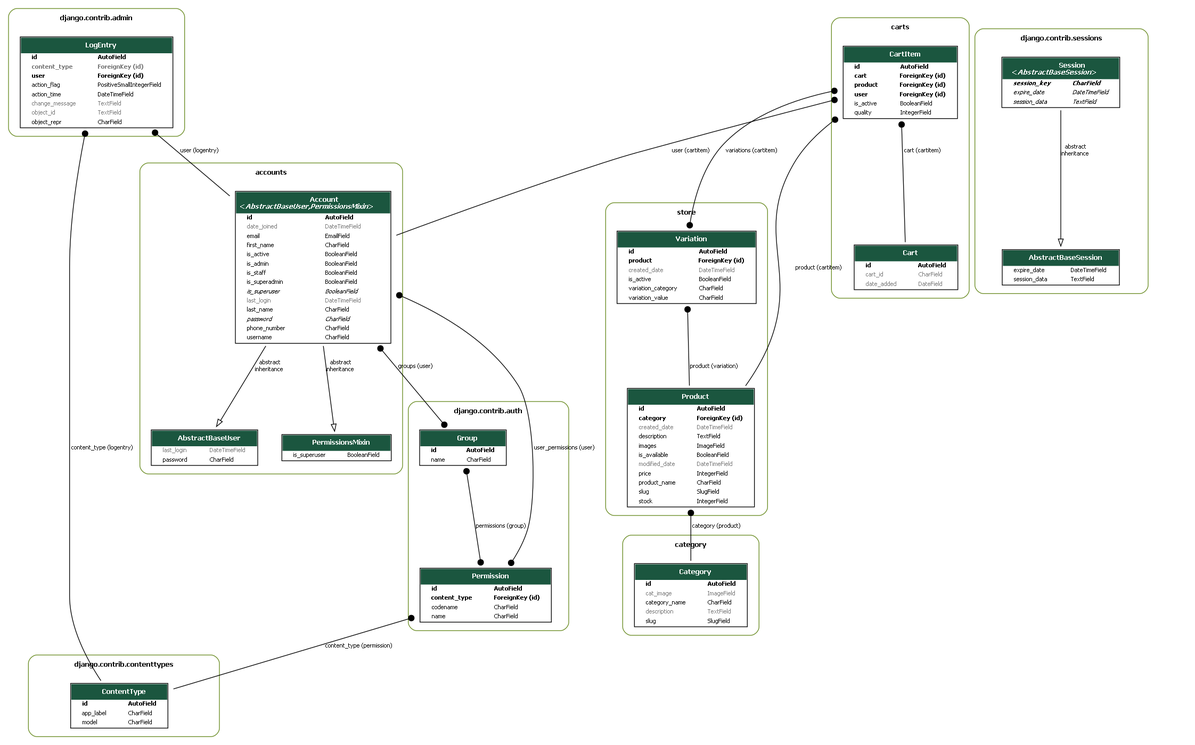
Earlier version of the Graphviz export GreatKart/erd.png (user19522442/doan). Its source is kept beside it as GreatKart/erd.dot.
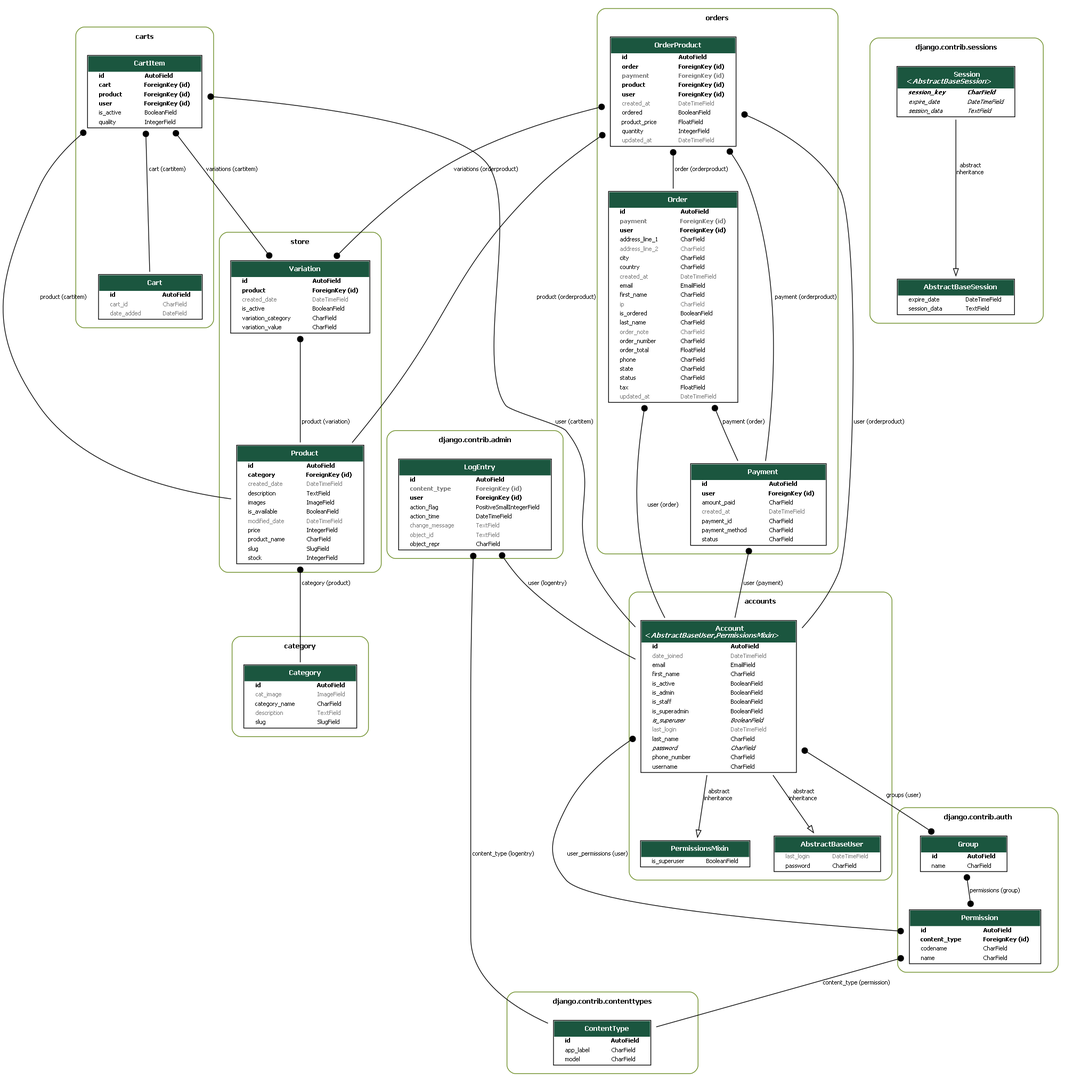
After the change.

What changed in the source:
```diff
@@ -385,6 +385,32 @@
     color=olivedrab4
     style="rounded"
 
+    django_contrib_auth_base_user_AbstractBaseUser [label=<
+      <TABLE BGCOLOR="white" BORDER="1" CELLBORDER="0" CELLSPACING="0">
+      <TR><TD COLSPAN="2" CELLPADDING="5" ALIGN="CENTER" BGCOLOR="#1b563f">
+      <FONT FACE="Roboto" COLOR="white" POINT-SIZE="10"><B>
+      AbstractBaseUser
+      </B></FONT></TD></TR>
+
+
+      <TR><TD ALIGN="LEFT" BORDER="0">
+      <FONT COLOR="#7B7B7B" FACE="Roboto">last_login</FONT>
+      </TD><TD ALIGN="LEFT">
+      <FONT COLOR="#7B7B7B" FACE="Roboto">DateTimeField</FONT>
+      </TD></TR>
+
+
+
+      <TR><TD ALIGN="LEFT" BORDER="0">
+      <FONT FACE="Roboto">password</FONT>
+      </TD><TD ALIGN="LEFT">
+      <FONT FACE="Roboto">CharField</FONT>
+      </TD></TR>
+
+
+      </TABLE>
+      >]
+
     django_contrib_auth_models_PermissionsMixin [label=<
       <TABLE BGCOLOR="white" BORDER="1" CELLBORDER="0" CELLSPACING="0">
       <TR><TD COLSPAN="2" CELLPADDING="5" ALIGN="CENTER" BGCOLOR="#1b563f">
@@ -397,32 +423,6 @@
       <FONT FACE="Roboto">is_superuser</FONT>
       </TD><TD ALIGN="LEFT">
       <FONT FACE="Roboto">BooleanField</FONT>
-      </TD></TR>
-
-
-      </TABLE>
-      >]
-
-    django_contrib_auth_base_user_AbstractBaseUser [label=<
-      <TABLE BGCOLOR="white" BORDER="1" CELLBORDER="0" CELLSPACING="0">
-      <TR><TD COLSPAN="2" CELLPADDING="5" ALIGN="CENTER" BGCOLOR="#1b563f">
-      <FONT FACE="Roboto" COLOR="white" POINT-SIZE="10"><B>
-      AbstractBaseUser
-      </B></FONT></TD></TR>
-
-
-      <TR><TD ALIGN="LEFT" BORDER="0">
-      <FONT COLOR="#7B7B7B" FACE="Roboto">last_login</FONT>
-      </TD><TD ALIGN="LEFT">
-      <FONT COLOR="#7B7B7B" FACE="Roboto">DateTimeField</FONT>
-      </TD></TR>
-
-
-
-      <TR><TD ALIGN="LEFT" BORDER="0">
-      <FONT FACE="Roboto">password</FONT>
-      </TD><TD ALIGN="LEFT">
-      <FONT FACE="Roboto">CharField</FONT>
       </TD></TR>
 
 
@@ -828,6 +828,354 @@
       >]
 
   }
+  subgraph cluster_orders {
+    label=<
+          <TABLE BORDER="0" CELLBORDER="0" CELLSPACING="0">
+          <TR><TD COLSPAN="2" CELLPADDING="4" ALIGN="CENTER">
+          <FONT FACE="Roboto" COLOR="Black" POINT-SIZE="10">
+          <B>orders</B>
+          </FONT>
+          </TD></TR>
+          </TABLE>
+          >
+    color=olivedrab4
+    style="rounded"
+
+    orders_models_Payment [label=<
+      <TABLE BGCOLOR="white" BORDER="1" CELLBORDER="0" CELLSPACING="0">
+      <TR><TD COLSPAN="2" CELLPADDING="5" ALIGN="CENTER" BGCOLOR="#1b563f">
+      <FONT FACE="Roboto" COLOR="white" POINT-SIZE="10"><B>
+      Payment
+      </B></FONT></TD></TR>
+
+
+      <TR><TD ALIGN="LEFT" BORDER="0">
+      <FONT FACE="Roboto"><B>id</B></FONT>
+      </TD><TD ALIGN="LEFT">
+      <FONT FACE="Roboto"><B>AutoField</B></FONT>
+      </TD></TR>
+
+
+
+      <TR><TD ALIGN="LEFT" BORDER="0">
+      <FONT FACE="Roboto"><B>user</B></FONT>
+      </TD><TD ALIGN="LEFT">
+      <FONT FACE="Roboto"><B>ForeignKey (id)</B></FONT>
+      </TD></TR>
+
+
+
+      <TR><TD ALIGN="LEFT" BORDER="0">
+      <FONT FACE="Roboto">amount_paid</FONT>
+      </TD><TD ALIGN="LEFT">
+      <FONT FACE="Roboto">CharField</FONT>
+      </TD></TR>
+
+
+
+      <TR><TD ALIGN="LEFT" BORDER="0">
+      <FONT COLOR="#7B7B7B" FACE="Roboto">created_at</FONT>
+      </TD><TD ALIGN="LEFT">
+      <FONT COLOR="#7B7B7B" FACE="Roboto">DateTimeField</FONT>
+      </TD></TR>
+
+
+
+      <TR><TD ALIGN="LEFT" BORDER="0">
+      <FONT FACE="Roboto">payment_id</FONT>
+      </TD><TD ALIGN="LEFT">
+      <FONT FACE="Roboto">CharField</FONT>
+      </TD></TR>
+
+
+
+      <TR><TD ALIGN="LEFT" BORDER="0">
+      <FONT FACE="Roboto">payment_method</FONT>
+      </TD><TD ALIGN="LEFT">
+      <FONT FACE="Roboto">CharField</FONT>
+      </TD></TR>
+
+
+
+      <TR><TD ALIGN="LEFT" BORDER="0">
+      <FONT FACE="Roboto">status</FONT>
+      </TD><TD ALIGN="LEFT">
+      <FONT FACE="Roboto">CharField</FONT>
+      </TD></TR>
+
+
+      </TABLE>
+      >]
+
+    orders_models_Order [label=<
+      <TABLE BGCOLOR="white" BORDER="1" CELLBORDER="0" CELLSPACING="0">
+      <TR><TD COLSPAN="2" CELLPADDING="5" ALIGN="CENTER" BGCOLOR="#1b563f">
+      <FONT FACE="Roboto" COLOR="white" POINT-SIZE="10"><B>
+      Order
+      </B></FONT></TD></TR>
+
+
+      <TR><TD ALIGN="LEFT" BORDER="0">
+      <FONT FACE="Roboto"><B>id</B></FONT>
+      </TD><TD ALIGN="LEFT">
+      <FONT FACE="Roboto"><B>AutoField</B></FONT>
+      </TD></TR>
+
+
+
+      <TR><TD ALIGN="LEFT" BORDER="0">
+      <FONT COLOR="#7B7B7B" FACE="Roboto"><B>payment</B></FONT>
+      </TD><TD ALIGN="LEFT">
+      <FONT COLOR="#7B7B7B" FACE="Roboto"><B>ForeignKey (id)</B></FONT>
+      </TD></TR>
+
+
+
+      <TR><TD ALIGN="LEFT" BORDER="0">
+      <FONT FACE="Roboto"><B>user</B></FONT>
+      </TD><TD ALIGN="LEFT">
+      <FONT FACE="Roboto"><B>ForeignKey (id)</B></FONT>
+      </TD></TR>
+
+
+
+      <TR><TD ALIGN="LEFT" BORDER="0">
+      <FONT FACE="Roboto">address_line_1</FONT>
+      </TD><TD ALIGN="LEFT">
+      <FONT FACE="Roboto">CharField</FONT>
+      </TD></TR>
+
+
+
+      <TR><TD ALIGN="LEFT" BORDER="0">
+      <FONT COLOR="#7B7B7B" FACE="Roboto">address_line_2</FONT>
+      </TD><TD ALIGN="LEFT">
+      <FONT COLOR="#7B7B7B" FACE="Roboto">CharField</FONT>
+      </TD></TR>
+
+
+
+      <TR><TD ALIGN="LEFT" BORDER="0">
+      <FONT FACE="Roboto">city</FONT>
+      </TD><TD ALIGN="LEFT">
+      <FONT FACE="Roboto">CharField</FONT>
+      </TD></TR>
+
+
+
+      <TR><TD ALIGN="LEFT" BORDER="0">
+      <FONT FACE="Roboto">country</FONT>
+      </TD><TD ALIGN="LEFT">
+      <FONT FACE="Roboto">CharField</FONT>
+      </TD></TR>
+
+
+
+      <TR><TD ALIGN="LEFT" BORDER="0">
+      <FONT COLOR="#7B7B7B" FACE="Roboto">created_at</FONT>
+      </TD><TD ALIGN="LEFT">
+      <FONT COLOR="#7B7B7B" FACE="Roboto">DateTimeField</FONT>
+      </TD></TR>
+
+
+
+      <TR><TD ALIGN="LEFT" BORDER="0">
+      <FONT FACE="Roboto">email</FONT>
+      </TD><TD ALIGN="LEFT">
+      <FONT FACE="Roboto">EmailField</FONT>
+      </TD></TR>
+
+
+
+      <TR><TD ALIGN="LEFT" BORDER="0">
+      <FONT FACE="Roboto">first_name</FONT>
+      </TD><TD ALIGN="LEFT">
+      <FONT FACE="Roboto">CharField</FONT>
+      </TD></TR>
+
+
+
+      <TR><TD ALIGN="LEFT" BORDER="0">
+      <FONT COLOR="#7B7B7B" FACE="Roboto">ip</FONT>
+      </TD><TD ALIGN="LEFT">
+      <FONT COLOR="#7B7B7B" FACE="Roboto">CharField</FONT>
+      </TD></TR>
+
+
+
+      <TR><TD ALIGN="LEFT" BORDER="0">
+      <FONT FACE="Roboto">is_ordered</FONT>
+      </TD><TD ALIGN="LEFT">
+      <FONT FACE="Roboto">BooleanField</FONT>
+      </TD></TR>
+
+
+
+      <TR><TD ALIGN="LEFT" BORDER="0">
+      <FONT FACE="Roboto">last_name</FONT>
+      </TD><TD ALIGN="LEFT">
+      <FONT FACE="Roboto">CharField</FONT>
+      </TD></TR>
+
+
+
+      <TR><TD ALIGN="LEFT" BORDER="0">
+      <FONT COLOR="#7B7B7B" FACE="Roboto">order_note</FONT>
+      </TD><TD ALIGN="LEFT">
+      <FONT COLOR="#7B7B7B" FACE="Roboto">CharField</FONT>
+      </TD></TR>
+
+
+
+      <TR><TD ALIGN="LEFT" BORDER="0">
+      <FONT FACE="Roboto">order_number</FONT>
+      </TD><TD ALIGN="LEFT">
+      <FONT FACE="Roboto">CharField</FONT>
+      </TD></TR>
+
+
+
+      <TR><TD ALIGN="LEFT" BORDER="0">
+      <FONT FACE="Roboto">order_total</FONT>
+      </TD><TD ALIGN="LEFT">
+      <FONT FACE="Roboto">FloatField</FONT>
+      </TD></TR>
+
+
+
+      <TR><TD ALIGN="LEFT" BORDER="0">
+      <FONT FACE="Roboto">phone</FONT>
+      </TD><TD ALIGN="LEFT">
+      <FONT FACE="Roboto">CharField</FONT>
+      </TD></TR>
+
+
+
+      <TR><TD ALIGN="LEFT" BORDER="0">
+      <FONT FACE="Roboto">state</FONT>
+      </TD><TD ALIGN="LEFT">
+      <FONT FACE="Roboto">CharField</FONT>
+      </TD></TR>
+
+
+
+      <TR><TD ALIGN="LEFT" BORDER="0">
+      <FONT FACE="Roboto">status</FONT>
+      </TD><TD ALIGN="LEFT">
+      <FONT FACE="Roboto">CharField</FONT>
+      </TD></TR>
+
+
+
+      <TR><TD ALIGN="LEFT" BORDER="0">
+      <FONT FACE="Roboto">tax</FONT>
+      </TD><TD ALIGN="LEFT">
+      <FONT FACE="Roboto">FloatField</FONT>
+      </TD></TR>
+
+
+
+      <TR><TD ALIGN="LEFT" BORDER="0">
+      <FONT COLOR="#7B7B7B" FACE="Roboto">updated_at</FONT>
+      </TD><TD ALIGN="LEFT">
+      <FONT COLOR="#7B7B7B" FACE="Roboto">DateTimeField</FONT>
+      </TD></TR>
+
+
+      </TABLE>
+      >]
+
+    orders_models_OrderProduct [label=<
+      <TABLE BGCOLOR="white" BORDER="1" CELLBORDER="0" CELLSPACING="0">
+      <TR><TD COLSPAN="2" CELLPADDING="5" ALIGN="CENTER" BGCOLOR="#1b563f">
+      <FONT FACE="Roboto" COLOR="white" POINT-SIZE="10"><B>
+      OrderProduct
+      </B></FONT></TD></TR>
+
+
+      <TR><TD ALIGN="LEFT" BORDER="0">
+      <FONT FACE="Roboto"><B>id</B></FONT>
+      </TD><TD ALIGN="LEFT">
+      <FONT FACE="Roboto"><B>AutoField</B></FONT>
+      </TD></TR>
+
+
+
+      <TR><TD ALIGN="LEFT" BORDER="0">
+      <FONT FACE="Roboto"><B>order</B></FONT>
+      </TD><TD ALIGN="LEFT">
+      <FONT FACE="Roboto"><B>ForeignKey (id)</B></FONT>
+      </TD></TR>
+
+
+
+      <TR><TD ALIGN="LEFT" BORDER="0">
+      <FONT COLOR="#7B7B7B" FACE="Roboto"><B>payment</B></FONT>
+      </TD><TD ALIGN="LEFT">
+      <FONT COLOR="#7B7B7B" FACE="Roboto"><B>ForeignKey (id)</B></FONT>
+      </TD></TR>
+
+
+
+      <TR><TD ALIGN="LEFT" BORDER="0">
+      <FONT FACE="Roboto"><B>product</B></FONT>
+      </TD><TD ALIGN="LEFT">
+      <FONT FACE="Roboto"><B>ForeignKey (id)</B></FONT>
+      </TD></TR>
+
+
+
+      <TR><TD ALIGN="LEFT" BORDER="0">
+      <FONT FACE="Roboto"><B>user</B></FONT>
+      </TD><TD ALIGN="LEFT">
+      <FONT FACE="Roboto"><B>ForeignKey (id)</B></FONT>
+      </TD></TR>
+
+
+
+      <TR><TD ALIGN="LEFT" BORDER="0">
+      <FONT COLOR="#7B7B7B" FACE="Roboto">created_at</FONT>
+      </TD><TD ALIGN="LEFT">
+      <FONT COLOR="#7B7B7B" FACE="Roboto">DateTimeField</FONT>
+      </TD></TR>
+
+
+
+      <TR><TD ALIGN="LEFT" BORDER="0">
+      <FONT FACE="Roboto">ordered</FONT>
+      </TD><TD ALIGN="LEFT">
+      <FONT FACE="Roboto">BooleanField</FONT>
+      </TD></TR>
+
+
+
+      <TR><TD ALIGN="LEFT" BORDER="0">
+      <FONT FACE="Roboto">product_price</FONT>
+      </TD><TD ALIGN="LEFT">
+      <FONT FACE="Roboto">FloatField</FONT>
+      </TD></TR>
+
+
+
+      <TR><TD ALIGN="LEFT" BORDER="0">
+      <FONT FACE="Roboto">quantity</FONT>
+      </TD><TD ALIGN="LEFT">
+      <FONT FACE="Roboto">IntegerField</FONT>
+      </TD></TR>
+
+
+
+      <TR><TD ALIGN="LEFT" BORDER="0">
+      <FONT COLOR="#7B7B7B" FACE="Roboto">updated_at</FONT>
+      </TD><TD ALIGN="LEFT">
+      <FONT COLOR="#7B7B7B" FACE="Roboto">DateTimeField</FONT>
+      </TD></TR>
+
+
+      </TABLE>
+      >]
+
+  }
 
 
 
@@ -884,4 +1232,29 @@
   [label=" variations (cartitem)"] [arrowhead=dot arrowtail=dot, dir=both];
 
 
+  orders_models_Payment -> accounts_models_Account
+  [label=" user (payment)"] [arrowhead=none, arrowtail=dot, dir=both];
+
+  orders_models_Order -> accounts_models_Account
+  [label=" user (order)"] [arrowhead=none, arrowtail=dot, dir=both];
+
+  orders_models_Order -> orders_models_Payment
+  [label=" payment (order)"] [arrowhead=none, arrowtail=dot, dir=both];
+
+  orders_models_OrderProduct -> orders_models_Order
+  [label=" order (orderproduct)"] [arrowhead=none, arrowtail=dot, dir=both];
+
+  orders_models_OrderProduct -> orders_models_Payment
+  [label=" payment (orderproduct)"] [arrowhead=none, arrowtail=dot, dir=both];
+
+  orders_models_OrderProduct -> accounts_models_Account
+  [label=" user (orderproduct)"] [arrowhead=none, arrowtail=dot, dir=both];
+
+  orders_models_OrderProduct -> store_models_Product
+  [label=" product (orderproduct)"] [arrowhead=none, arrowtail=dot, dir=both];
+
+  orders_models_OrderProduct -> store_models_Variation
+  [label=" variations (orderproduct)"] [arrowhead=dot arrowtail=dot, dir=both];
+
+
 }
```
